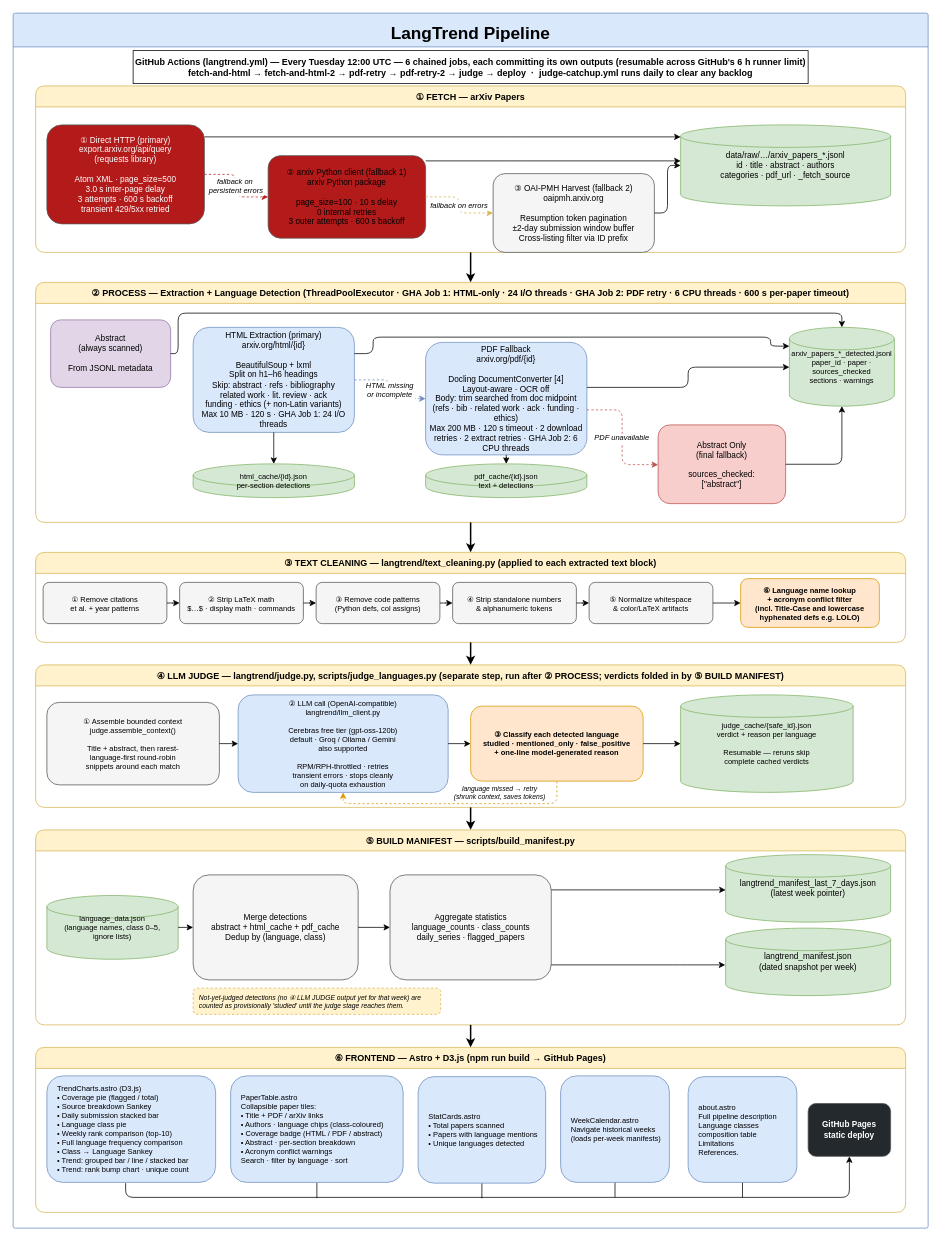
Above: docs/diagrams/langtrend_pipeline.drawio in kavindu-w/langtrend (draw.io), before the change. Source tidied: cells renumbered, new cells numbered last; positions are measured from the earlier drawing's top-left corner, leaving out a move shared by most shapes. Both pictures are drawn from the tidied source at 75%, with x=0, y=0 at pixel (13, 13).
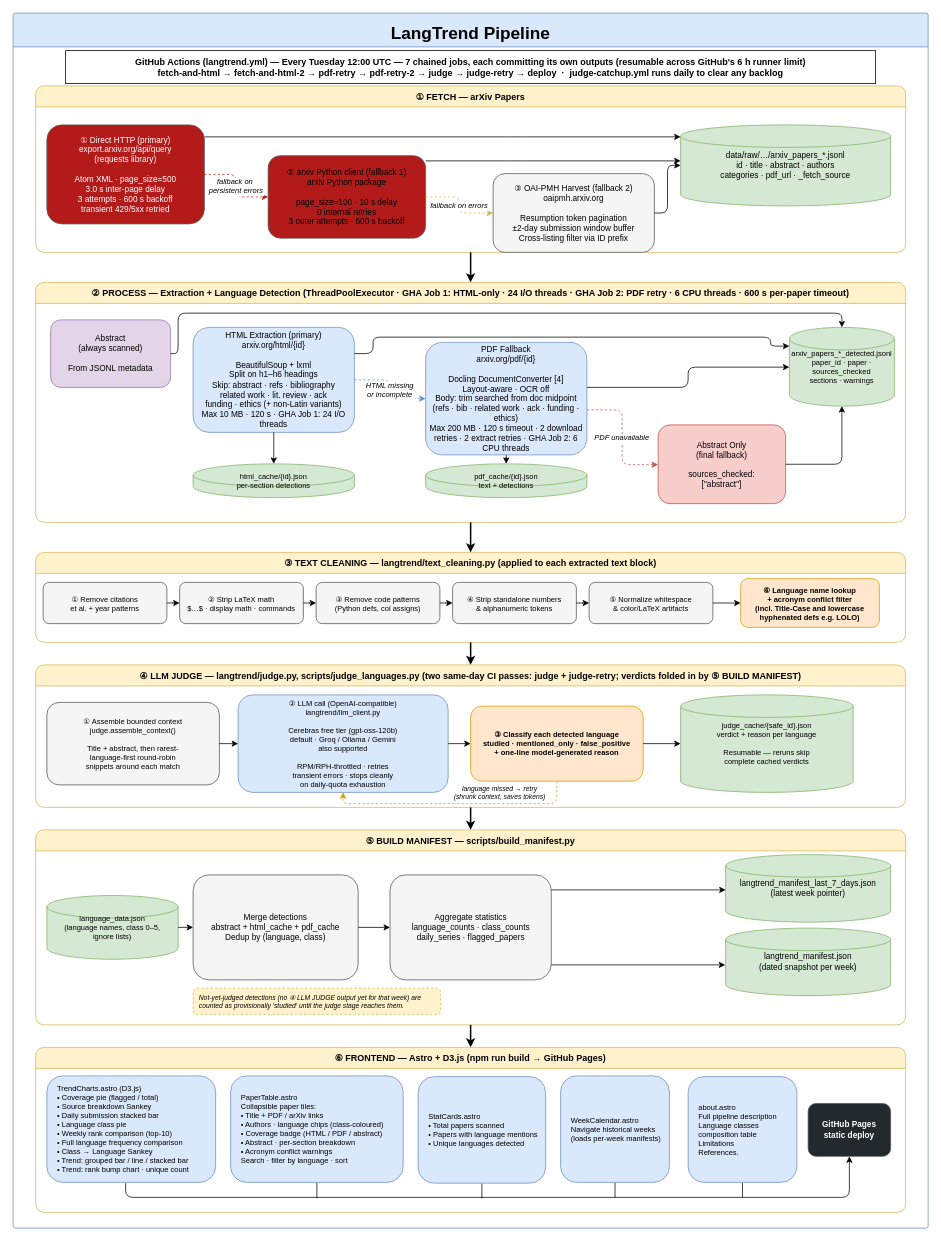
After the change.

Commit message (it also covers changes not shown here):
fix: update langtrend workflow to include judge continuation and enhance README and diagram for clarity

Unchanged cells that the change refers to:
```xml
<mxCell id="2" value="LangTrend Pipeline" style="swimlane;startSize=45;fillColor=#dae8fc;strokeColor=#6c8ebf;fontSize=23;fontStyle=1;rounded=1;arcSize=2;spacingTop=5;" parent="1" vertex="1">
  <mxGeometry width="1220" height="1620" as="geometry" />
</mxCell>
```

Change to the diagram source:
```diff
@@
-    <mxCell id="41" value="④ LLM JUDGE — langtrend/judge.py, scripts/judge_languages.py  (separate step, run after ② PROCESS; verdicts folded in by ⑤ BUILD MANIFEST)" style="swimlane;startSize=28;fillColor=#fff2cc;strokeColor=#d6b656;fontSize=12;fontStyle=1;rounded=1;" parent="2" vertex="1">
+    <mxCell id="41" value="④ LLM JUDGE — langtrend/judge.py, scripts/judge_languages.py  (two same-day CI passes: judge + judge-retry; verdicts folded in by ⑤ BUILD MANIFEST)" style="swimlane;startSize=28;fillColor=#fff2cc;strokeColor=#d6b656;fontSize=12;fontStyle=1;rounded=1;" parent="2" vertex="1">
       <mxGeometry x="30" y="869" width="1160" height="190" as="geometry" />
     </mxCell>
@@
-    <mxCell id="78" value="&lt;font&gt;&lt;span style=&quot;font-weight: 700; white-space: nowrap;&quot;&gt;GitHub Actions (langtrend.yml) — Every Tuesday 12:00 UTC — 6 chained jobs, each committing its own outputs (resumable across GitHub's 6 h runner limit)&lt;br&gt;&lt;/span&gt;&lt;/font&gt;&lt;div&gt;&lt;font&gt;&lt;span style=&quot;font-weight: 700; white-space: nowrap;&quot;&gt;fetch-and-html → fetch-and-html-2 → pdf-retry → pdf-retry-2 → judge → deploy &amp;nbsp;·&amp;nbsp; judge-catchup.yml runs daily to clear any backlog&lt;/span&gt;&lt;/font&gt;&lt;/div&gt;" style="rounded=0;whiteSpace=wrap;html=1;" parent="2" vertex="1">
-      <mxGeometry x="160" y="50" width="900" height="44" as="geometry" />
+    <mxCell id="78" value="&lt;font&gt;&lt;span style=&quot;font-weight: 700; white-space: nowrap;&quot;&gt;GitHub Actions (langtrend.yml) — Every Tuesday 12:00 UTC — 7 chained jobs, each committing its own outputs (resumable across GitHub's 6 h runner limit)&lt;br&gt;&lt;/span&gt;&lt;/font&gt;&lt;div&gt;&lt;font&gt;&lt;span style=&quot;font-weight: 700; white-space: nowrap;&quot;&gt;fetch-and-html → fetch-and-html-2 → pdf-retry → pdf-retry-2 → judge → judge-retry → deploy &amp;nbsp;·&amp;nbsp; judge-catchup.yml runs daily to clear any backlog&lt;/span&gt;&lt;/font&gt;&lt;/div&gt;" style="rounded=0;whiteSpace=wrap;html=1;" parent="2" vertex="1">
+      <mxGeometry x="70" y="50" width="1080" height="44" as="geometry" />
     </mxCell>
```
